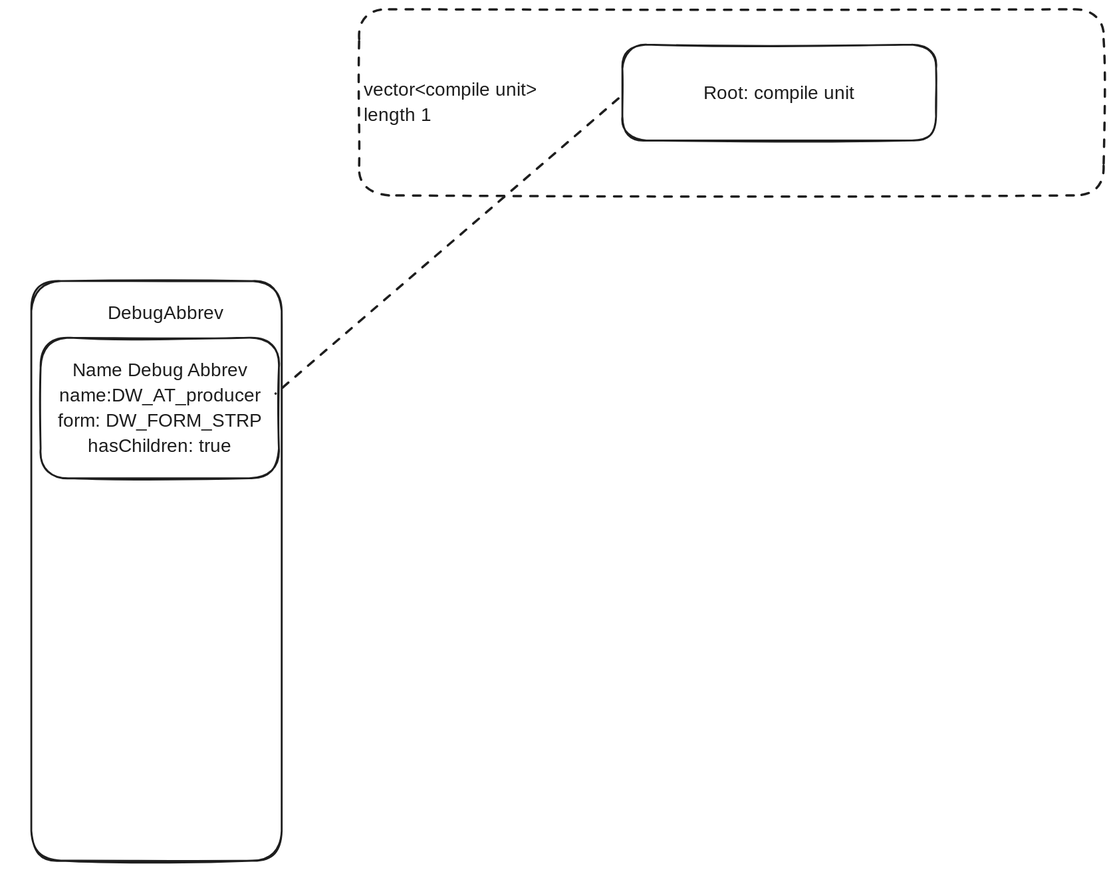
The Excalidraw diagram docs/debug/debugSymbol.excalidraw.svg in wasm-ecosystem/warpo, before a commit. Source tidied: one line per element, renumbered; positions are measured from the earlier drawing's top-left corner, leaving out a move shared by most shapes.
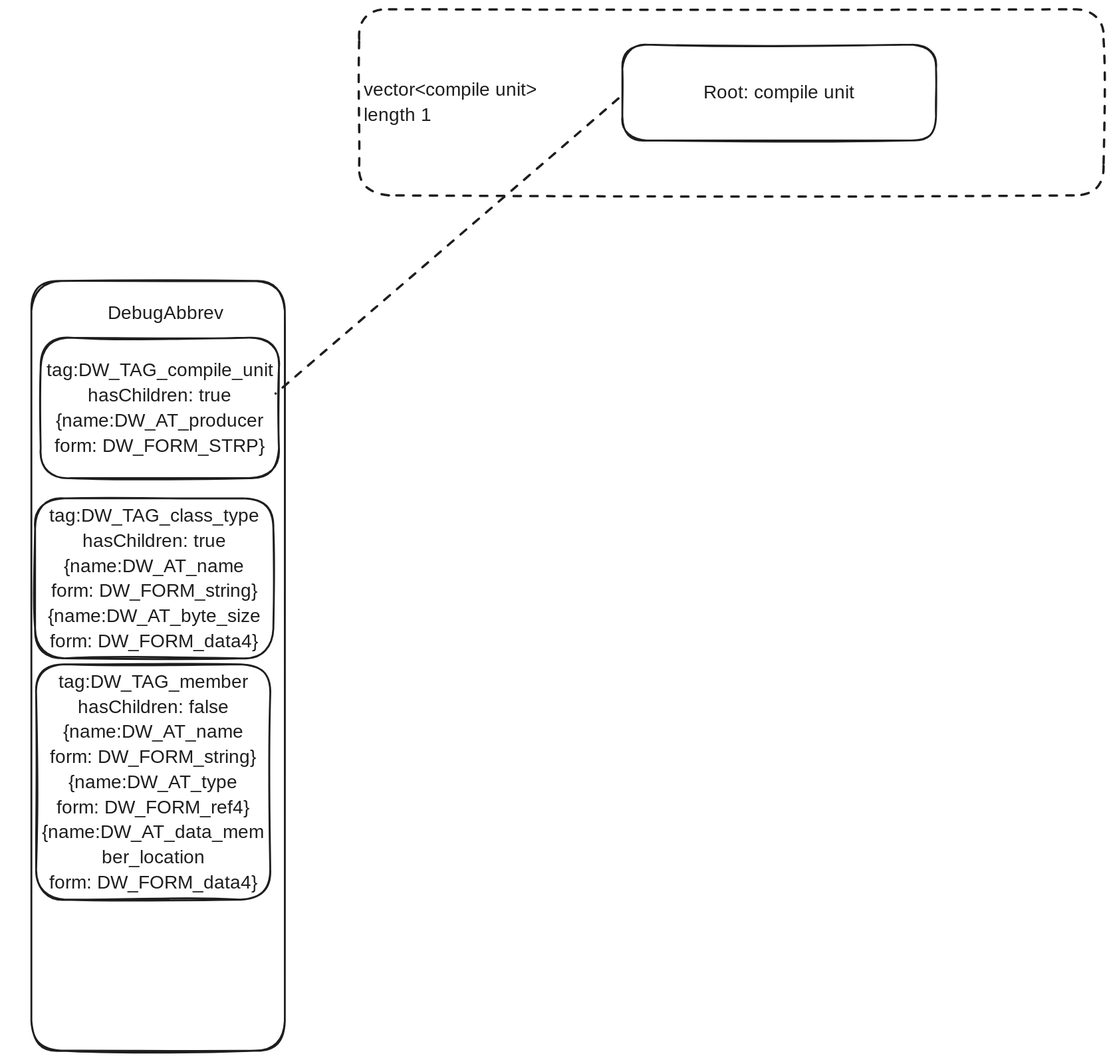
Above is the later version.

Commit message:
Add class type def

Diff of the diagram source:
```diff
@@ -1,9 +1,13 @@
 {"id": 0, "type": "rectangle", "strokeColor": "#1e1e1e", "strokeWidth": 2, "roughness": 1, "round": true, "x": 635, "y": 38, "width": 337, "height": 103}
 {"id": 1, "type": "text", "text": "Root: compile unit", "strokeColor": "#1e1e1e", "strokeWidth": 2, "roughness": 1, "fontSize": 20, "fontFamily": 6, "textAlign": "center", "verticalAlign": "middle", "inside": 0, "x": 722, "y": 76, "width": 163, "height": 27}
-{"id": 2, "type": "rectangle", "strokeColor": "#1e1e1e", "strokeWidth": 2, "roughness": 1, "round": true, "x": 0, "y": 292, "width": 269, "height": 623}
+{"id": 2, "type": "rectangle", "strokeColor": "#1e1e1e", "strokeWidth": 2, "roughness": 1, "round": true, "x": 0, "y": 292, "width": 272, "height": 827}
 {"id": 3, "type": "text", "text": "DebugAbbrev", "strokeColor": "#1e1e1e", "strokeWidth": 2, "roughness": 1, "fontSize": 20, "fontFamily": 6, "x": 82, "y": 313, "width": 127, "height": 27}
 {"id": 4, "type": "rectangle", "strokeColor": "#1e1e1e", "strokeWidth": 2, "roughness": 1, "round": true, "x": 10, "y": 353, "width": 256, "height": 151}
-{"id": 5, "type": "text", "text": "Name Debug Abbrev\nname:DW_AT_producer\nform: DW_FORM_STRP\nhasChildren: true", "strokeColor": "#1e1e1e", "strokeWidth": 2, "strokeStyle": "dashed", "roughness": 1, "fontSize": 20, "fontFamily": 6, "textAlign": "center", "verticalAlign": "middle", "inside": 4, "x": 30, "y": 374, "width": 215, "height": 108}
+{"id": 5, "type": "text", "text": "tag:DW_TAG_compile_unit\nhasChildren: true\n{name:DW_AT_producer\nform: DW_FORM_STRP}", "strokeColor": "#1e1e1e", "strokeWidth": 2, "strokeStyle": "dashed", "roughness": 1, "fontSize": 20, "fontFamily": 6, "textAlign": "center", "verticalAlign": "middle", "inside": 4, "x": 17, "y": 374, "width": 243, "height": 108}
 {"id": 6, "type": "line", "strokeColor": "#1e1e1e", "strokeWidth": 2, "strokeStyle": "dashed", "roughness": 1, "round": true, "x": 630, "y": 95, "width": 367, "height": 318, "points": [[0, 0], [-367, 318]]}
 {"id": 7, "type": "rectangle", "strokeColor": "#1e1e1e", "strokeWidth": 2, "strokeStyle": "dashed", "roughness": 1, "round": true, "x": 352, "y": 0, "width": 800, "height": 200}
 {"id": 8, "type": "text", "text": "vector<compile unit>\nlength 1", "strokeColor": "#1e1e1e", "strokeWidth": 2, "strokeStyle": "dashed", "roughness": 1, "fontSize": 20, "fontFamily": 6, "verticalAlign": "middle", "inside": 7, "x": 357, "y": 73, "width": 190, "height": 54}
+{"id": 9, "type": "rectangle", "strokeColor": "#1e1e1e", "strokeWidth": 2, "roughness": 1, "round": true, "x": 4, "y": 526, "width": 256, "height": 172}
+{"id": 10, "type": "text", "text": "tag:DW_TAG_class_type\nhasChildren: true\n{name:DW_AT_name\nform: DW_FORM_string}\n{name:DW_AT_byte_size\nform: DW_FORM_data4}", "strokeColor": "#1e1e1e", "strokeWidth": 2, "strokeStyle": "dashed", "roughness": 1, "fontSize": 20, "fontFamily": 6, "textAlign": "center", "verticalAlign": "middle", "inside": 9, "x": 19, "y": 531, "width": 226, "height": 162}
+{"id": 11, "type": "rectangle", "strokeColor": "#1e1e1e", "strokeWidth": 2, "roughness": 1, "round": true, "x": 5, "y": 704, "width": 252, "height": 253}
+{"id": 12, "type": "text", "text": "tag:DW_TAG_member\nhasChildren: false\n{name:DW_AT_name\nform: DW_FORM_string}\n{name:DW_AT_type\nform: DW_FORM_ref4}\n{name:DW_AT_data_mem\nber_location\nform: DW_FORM_data4}", "strokeColor": "#1e1e1e", "strokeWidth": 2, "strokeStyle": "dashed", "roughness": 1, "fontSize": 20, "fontFamily": 6, "textAlign": "center", "verticalAlign": "middle", "inside": 11, "x": 12, "y": 709, "width": 237, "height": 243}
```
